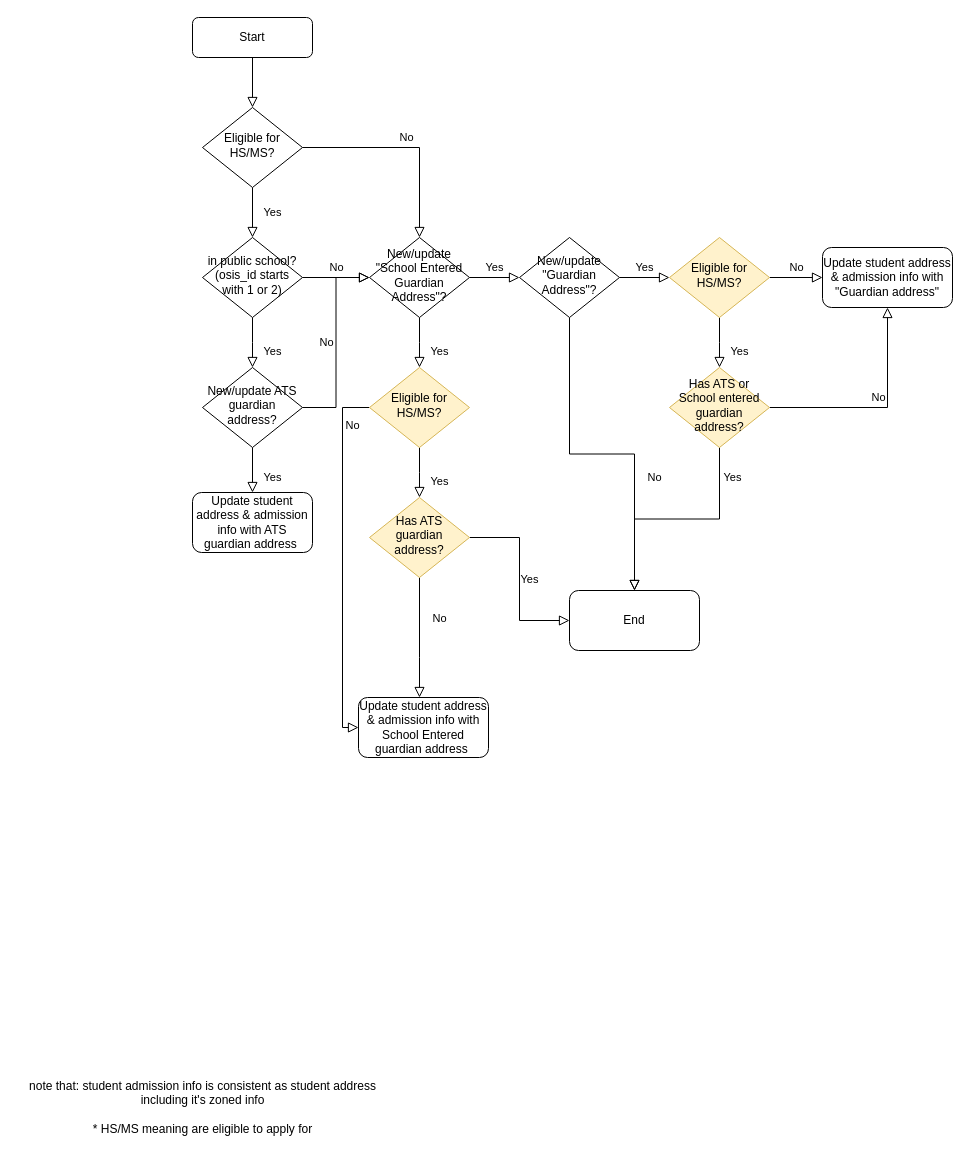
LunaNYC/hello keeps this draw.io diagram as Untitled Diagram.drawio. Above is the earlier version. Source tidied: cells renumbered, new cells numbered last; positions are measured from the earlier drawing's top-left corner, leaving out a move shared by most shapes. Both pictures are drawn from the tidied source at 100%, with x=0, y=0 at pixel (17, 17).
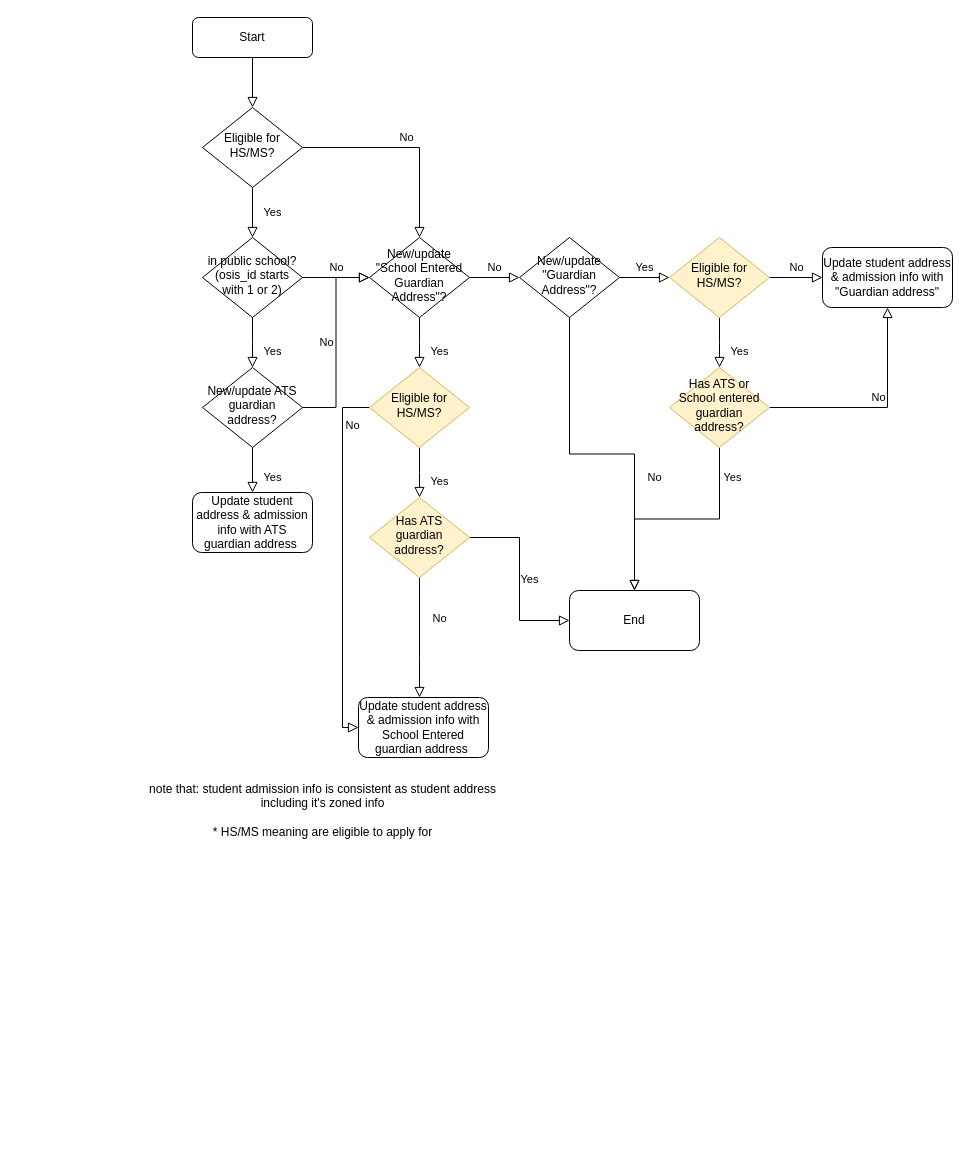
The same diagram, later.

The change refers to these unchanged cells:
```xml
<mxCell id="16" value="New/update &quot;School Entered Guardian Address&quot;?" style="rhombus;whiteSpace=wrap;html=1;shadow=0;fontFamily=Helvetica;fontSize=12;align=center;strokeWidth=1;spacing=6;spacingTop=-4;" parent="1" vertex="1">
  <mxGeometry x="352" y="220" width="100" height="80" as="geometry" />
</mxCell>
<mxCell id="19" value="New/update &quot;Guardian Address&quot;?" style="rhombus;whiteSpace=wrap;html=1;shadow=0;fontFamily=Helvetica;fontSize=12;align=center;strokeWidth=1;spacing=6;spacingTop=-4;" parent="1" vertex="1">
  <mxGeometry x="502" y="220" width="100" height="80" as="geometry" />
</mxCell>
```

The edit, as a diff of the source:
```diff
@@
     <mxCell id="10" value="note that: student admission info is consistent as student address&lt;br&gt;including it's zoned info&lt;br&gt;&lt;br&gt;* HS/MS meaning are eligible to apply for" style="text;html=1;align=center;verticalAlign=middle;strokeColor=none;fillColor=none;" parent="1" vertex="1">
-      <mxGeometry y="1055" width="370" height="70" as="geometry" />
+      <mxGeometry x="120" y="758" width="370" height="70" as="geometry" />
     </mxCell>
@@
-    <mxCell id="15" value="Yes" style="edgeStyle=orthogonalEdgeStyle;rounded=0;html=1;jettySize=auto;fontSize=11;endArrow=block;endFill=0;endSize=8;strokeWidth=1;shadow=0;labelBackgroundColor=none;" parent="1" edge="1" source="16" target="19">
+    <mxCell id="15" value="No" style="edgeStyle=orthogonalEdgeStyle;rounded=0;html=1;jettySize=auto;fontSize=11;endArrow=block;endFill=0;endSize=8;strokeWidth=1;shadow=0;labelBackgroundColor=none;" parent="1" edge="1" source="16" target="19">
       <mxGeometry y="10" relative="1" as="geometry" />
     </mxCell>
```
